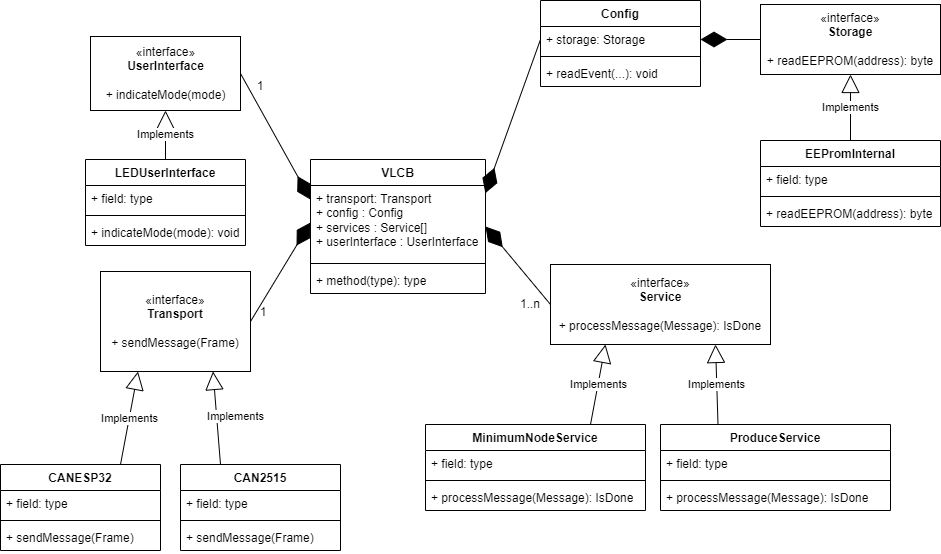
Before: docs/VLCB-Arduino-Classes.png, a diagram exported from draw.io (SvenRosvall/VLCB-Arduino). Source tidied: cells renumbered, new cells last; positions are measured from the earlier drawing's top-left corner, leaving out a move shared by most shapes.
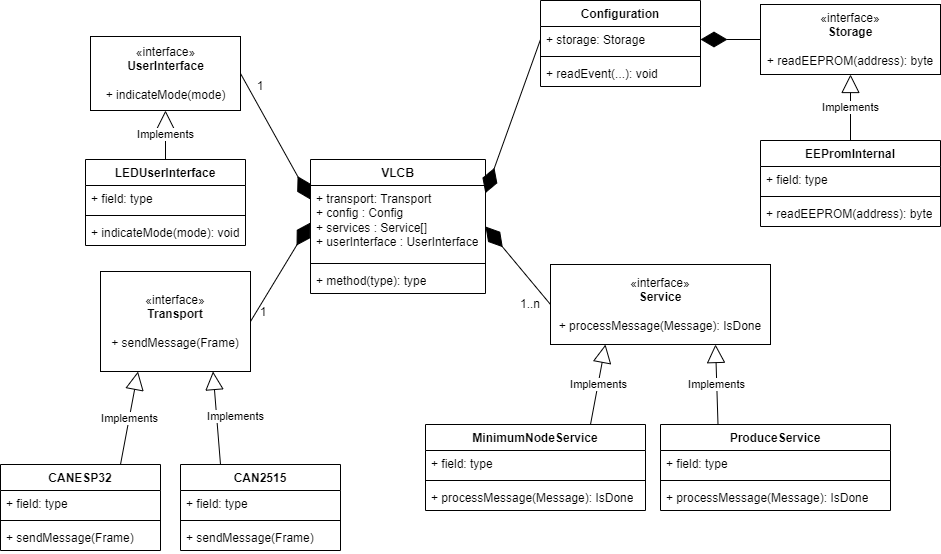
Above is the later version.

Change to the diagram source:
```diff
@@ -100,7 +100,7 @@
     <mxCell id="33" value="«interface»&lt;br&gt;&lt;b&gt;Storage&lt;br&gt;&lt;br&gt;&lt;/b&gt;+ readEEPROM(address): byte&lt;b&gt;&lt;br&gt;&lt;/b&gt;" style="html=1;whiteSpace=wrap;" parent="1" vertex="1">
       <mxGeometry x="760" y="4" width="180" height="70" as="geometry" />
     </mxCell>
-    <mxCell id="34" value="Config" style="swimlane;fontStyle=1;align=center;verticalAlign=top;horizontal=1;startSize=26;whiteSpace=wrap;html=1;" parent="1" vertex="1">
+    <mxCell id="34" value="Configuration" style="swimlane;fontStyle=1;align=center;verticalAlign=top;horizontal=1;startSize=26;whiteSpace=wrap;html=1;" parent="1" vertex="1">
       <mxGeometry x="540" width="160" height="86" as="geometry" />
     </mxCell>
     <mxCell id="35" value="+ storage: Storage" style="text;strokeColor=none;fillColor=none;align=left;verticalAlign=top;spacingLeft=4;spacingRight=4;overflow=hidden;points=[[0,0.5],[1,0.5]];portConstraint=eastwest;whiteSpace=wrap;html=1;" parent="34" vertex="1">
```
